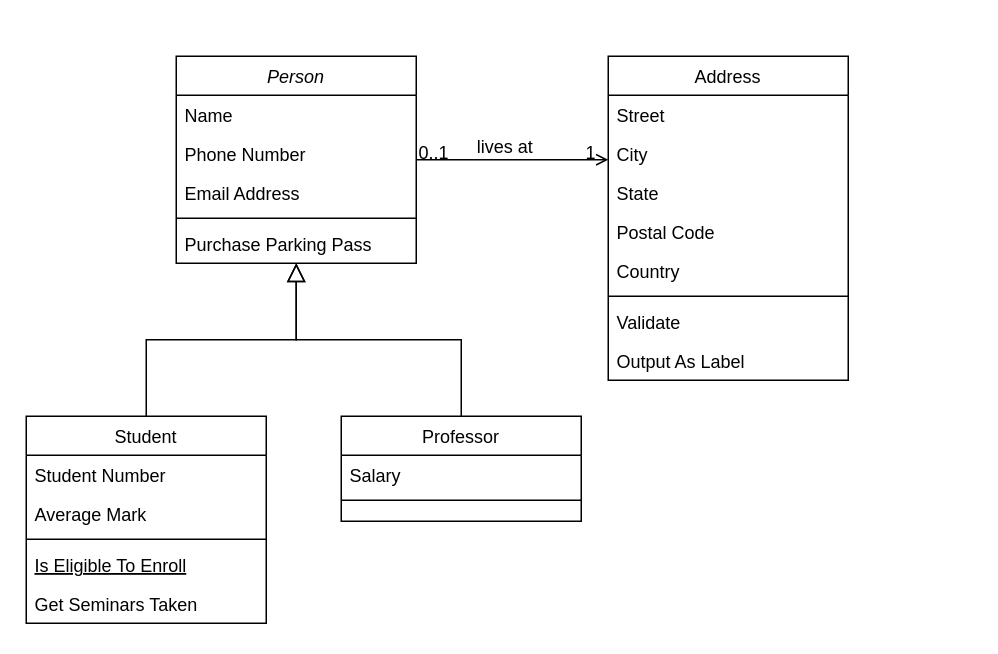
Earlier version of the draw.io diagram src/main/resources/Untitled Diagram.drawio (aqilahmad2k16/Banking_ServicePro). Source tidied: cells renumbered, new cells numbered last; positions are measured from the earlier drawing's top-left corner, leaving out a move shared by most shapes. Both pictures are drawn from the tidied source at 150%, with x=0, y=0 at pixel (26, 56).
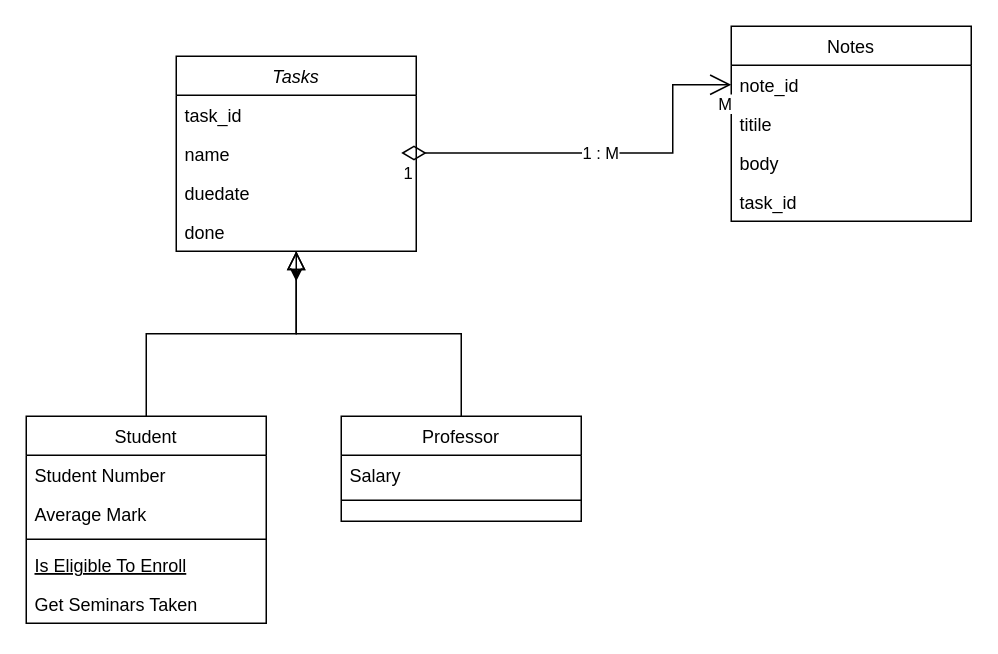
The same page after the edit.

Commit message:
task manager schema Diagram.drawio

Change to the diagram source:
```diff
@@
-    <mxCell id="2" value="Person" style="swimlane;fontStyle=2;align=center;verticalAlign=top;horizontal=1;startSize=26;rounded=0;shadow=0;strokeWidth=1;" parent="1" vertex="1">
-      <mxGeometry x="100" width="160" height="138" as="geometry" />
+    <mxCell id="2" value="Tasks" style="swimlane;fontStyle=2;align=center;verticalAlign=top;horizontal=1;startSize=26;rounded=0;shadow=0;strokeWidth=1;" parent="1" vertex="1">
+      <mxGeometry x="100" width="160" height="130" as="geometry" />
     </mxCell>
-    <mxCell id="3" value="Name" style="text;align=left;verticalAlign=top;spacingLeft=4;spacingRight=4;overflow=hidden;" parent="2" vertex="1">
+    <mxCell id="3" value="task_id" style="text;align=left;verticalAlign=top;spacingLeft=4;spacingRight=4;overflow=hidden;" parent="2" vertex="1">
       <mxGeometry y="26" width="160" height="26" as="geometry" />
     </mxCell>
-    <mxCell id="4" value="Phone Number" style="text;align=left;verticalAlign=top;spacingLeft=4;spacingRight=4;overflow=hidden;rounded=0;shadow=0;html=0;" parent="2" vertex="1">
+    <mxCell id="4" value="name" style="text;align=left;verticalAlign=top;spacingLeft=4;spacingRight=4;overflow=hidden;rounded=0;shadow=0;html=0;" parent="2" vertex="1">
       <mxGeometry y="52" width="160" height="26" as="geometry" />
     </mxCell>
-    <mxCell id="5" value="Email Address" style="text;align=left;verticalAlign=top;spacingLeft=4;spacingRight=4;overflow=hidden;rounded=0;shadow=0;html=0;" parent="2" vertex="1">
+    <mxCell id="5" value="duedate" style="text;align=left;verticalAlign=top;spacingLeft=4;spacingRight=4;overflow=hidden;rounded=0;shadow=0;html=0;" parent="2" vertex="1">
       <mxGeometry y="78" width="160" height="26" as="geometry" />
     </mxCell>
-    <mxCell id="6" style="line;html=1;strokeWidth=1;align=left;verticalAlign=middle;spacingTop=-1;spacingLeft=3;spacingRight=3;labelPosition=right;" parent="2" vertex="1">
-      <mxGeometry y="104" width="160" height="8" as="geometry" />
-    </mxCell>
-    <mxCell id="7" value="Purchase Parking Pass" style="text;align=left;verticalAlign=top;spacingLeft=4;spacingRight=4;overflow=hidden;" parent="2" vertex="1">
-      <mxGeometry y="112" width="160" height="26" as="geometry" />
-    </mxCell>
+    <mxCell id="32" style="edgeStyle=orthogonalEdgeStyle;rounded=0;jettySize=auto;html=1;exitX=0.5;exitY=1;exitDx=0;exitDy=0;entryX=0.5;entryY=2.111;entryDx=0;entryDy=0;entryPerimeter=0;" parent="2" edge="1" source="2">
+      <mxGeometry relative="1" as="geometry">
+        <mxPoint x="80" y="150" as="targetPoint" />
+      </mxGeometry>
+    </mxCell>
+    <mxCell id="33" value="done" style="text;align=left;verticalAlign=top;spacingLeft=4;spacingRight=4;overflow=hidden;rounded=0;shadow=0;html=0;" parent="2" vertex="1">
+      <mxGeometry y="104" width="160" height="26" as="geometry" />
+    </mxCell>
@@
-    <mxCell id="19" value="Address" style="swimlane;fontStyle=0;align=center;verticalAlign=top;horizontal=1;startSize=26;rounded=0;shadow=0;strokeWidth=1;" parent="1" vertex="1">
-      <mxGeometry x="388" width="160" height="216" as="geometry" />
+    <mxCell id="19" value="Notes" style="swimlane;fontStyle=0;align=center;verticalAlign=top;horizontal=1;startSize=26;rounded=0;shadow=0;strokeWidth=1;" parent="1" vertex="1">
+      <mxGeometry x="470" y="-20" width="160" height="130" as="geometry" />
     </mxCell>
-    <mxCell id="20" value="Street" style="text;align=left;verticalAlign=top;spacingLeft=4;spacingRight=4;overflow=hidden;points=[[0,0.5],[1,0.5]];portConstraint=eastwest;" parent="19" vertex="1">
+    <mxCell id="20" value="note_id" style="text;align=left;verticalAlign=top;spacingLeft=4;spacingRight=4;overflow=hidden;points=[[0,0.5],[1,0.5]];portConstraint=eastwest;" parent="19" vertex="1">
       <mxGeometry y="26" width="160" height="26" as="geometry" />
     </mxCell>
-    <mxCell id="21" value="City" style="text;align=left;verticalAlign=top;spacingLeft=4;spacingRight=4;overflow=hidden;rounded=0;shadow=0;html=0;" parent="19" vertex="1">
+    <mxCell id="21" value="titile" style="text;align=left;verticalAlign=top;spacingLeft=4;spacingRight=4;overflow=hidden;rounded=0;shadow=0;html=0;" parent="19" vertex="1">
       <mxGeometry y="52" width="160" height="26" as="geometry" />
     </mxCell>
-    <mxCell id="22" value="State" style="text;align=left;verticalAlign=top;spacingLeft=4;spacingRight=4;overflow=hidden;rounded=0;shadow=0;html=0;" parent="19" vertex="1">
+    <mxCell id="22" value="body" style="text;align=left;verticalAlign=top;spacingLeft=4;spacingRight=4;overflow=hidden;rounded=0;shadow=0;html=0;" parent="19" vertex="1">
       <mxGeometry y="78" width="160" height="26" as="geometry" />
     </mxCell>
-    <mxCell id="23" value="Postal Code" style="text;align=left;verticalAlign=top;spacingLeft=4;spacingRight=4;overflow=hidden;rounded=0;shadow=0;html=0;" parent="19" vertex="1">
+    <mxCell id="23" value="task_id" style="text;align=left;verticalAlign=top;spacingLeft=4;spacingRight=4;overflow=hidden;rounded=0;shadow=0;html=0;" parent="19" vertex="1">
       <mxGeometry y="104" width="160" height="26" as="geometry" />
     </mxCell>
-    <mxCell id="24" value="Country" style="text;align=left;verticalAlign=top;spacingLeft=4;spacingRight=4;overflow=hidden;rounded=0;shadow=0;html=0;" parent="19" vertex="1">
-      <mxGeometry y="130" width="160" height="26" as="geometry" />
-    </mxCell>
-    <mxCell id="25" style="line;html=1;strokeWidth=1;align=left;verticalAlign=middle;spacingTop=-1;spacingLeft=3;spacingRight=3;labelPosition=right;" parent="19" vertex="1">
-      <mxGeometry y="156" width="160" height="8" as="geometry" />
-    </mxCell>
-    <mxCell id="26" value="Validate" style="text;align=left;verticalAlign=top;spacingLeft=4;spacingRight=4;overflow=hidden;" parent="19" vertex="1">
-      <mxGeometry y="164" width="160" height="26" as="geometry" />
-    </mxCell>
-    <mxCell id="27" value="Output As Label" style="text;align=left;verticalAlign=top;spacingLeft=4;spacingRight=4;overflow=hidden;" parent="19" vertex="1">
-      <mxGeometry y="190" width="160" height="26" as="geometry" />
-    </mxCell>
-    <mxCell id="28" style="endArrow=open;shadow=0;strokeWidth=1;rounded=0;endFill=1;edgeStyle=elbowEdgeStyle;elbow=vertical;" parent="1" edge="1" source="2" target="19">
-      <mxGeometry x="0.5" y="41" relative="1" as="geometry">
-        <mxPoint x="-40" y="32" as="offset" />
-      </mxGeometry>
-    </mxCell>
-    <mxCell id="29" value="0..1" style="align=left;verticalAlign=bottom;labelBackgroundColor=none;fontSize=12;" parent="28" vertex="1">
-      <mxGeometry x="-1" relative="1" as="geometry">
-        <mxPoint y="4" as="offset" />
-      </mxGeometry>
-    </mxCell>
+    <mxCell id="34" value="1 : M" style="endArrow=open;html=1;endSize=12;startArrow=diamondThin;startSize=14;startFill=0;edgeStyle=orthogonalEdgeStyle;rounded=0;entryX=0;entryY=0.5;entryDx=0;entryDy=0;" parent="1" edge="1" target="20">
+      <mxGeometry relative="1" as="geometry">
+        <mxPoint x="250" y="64.5" as="sourcePoint" />
+        <Array as="points">
+          <mxPoint x="431" y="65" />
+          <mxPoint x="431" y="19" />
+        </Array>
+      </mxGeometry>
+    </mxCell>
-    <mxCell id="30" value="1" style="align=right;verticalAlign=bottom;labelBackgroundColor=none;fontSize=12;" parent="28" vertex="1">
-      <mxGeometry x="1" relative="1" as="geometry">
-        <mxPoint x="-7" y="4" as="offset" />
-      </mxGeometry>
+    <mxCell id="30" value="1" style="edgeLabel;html=1;align=left;verticalAlign=top;" parent="34" vertex="1">
+      <mxGeometry x="-1" relative="1" as="geometry" />
     </mxCell>
-    <mxCell id="31" value="lives at" style="text;html=1;align=center;verticalAlign=middle;labelBackgroundColor=none;rounded=0;shadow=0;strokeWidth=1;fontSize=12;" parent="28" vertex="1">
-      <mxGeometry x="0.5" y="49" relative="1" as="geometry">
-        <mxPoint x="-38" y="40" as="offset" />
-      </mxGeometry>
-    </mxCell>
+    <mxCell id="35" value="M" style="edgeLabel;html=1;align=right;verticalAlign=top;" parent="34" vertex="1">
+      <mxGeometry x="1" relative="1" as="geometry" />
+    </mxCell>
```
